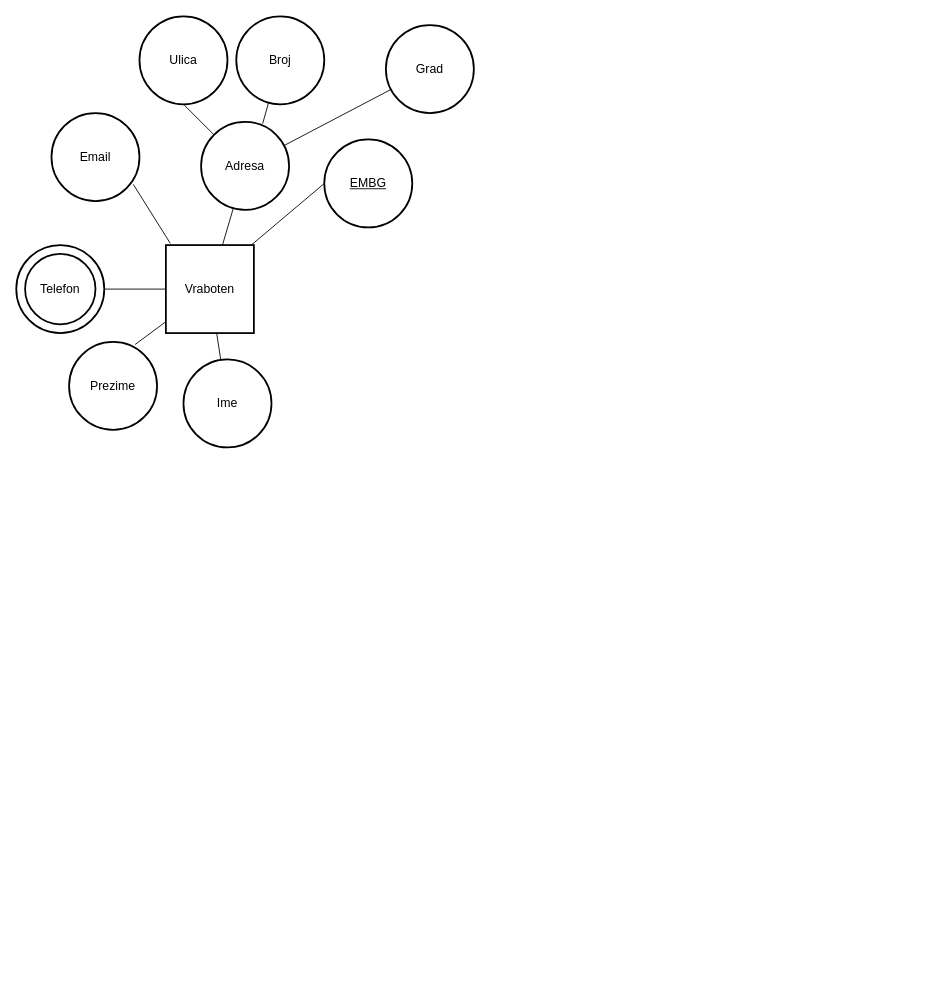
Before: LAB1.drawio in Crypter/Chernobyl, a draw.io diagram. Source tidied: cells renumbered, new cells numbered last; positions are measured from the earlier drawing's top-left corner, leaving out a move shared by most shapes. Both pictures are drawn from the tidied source at 88%, with x=0, y=0 at pixel (16, 16).
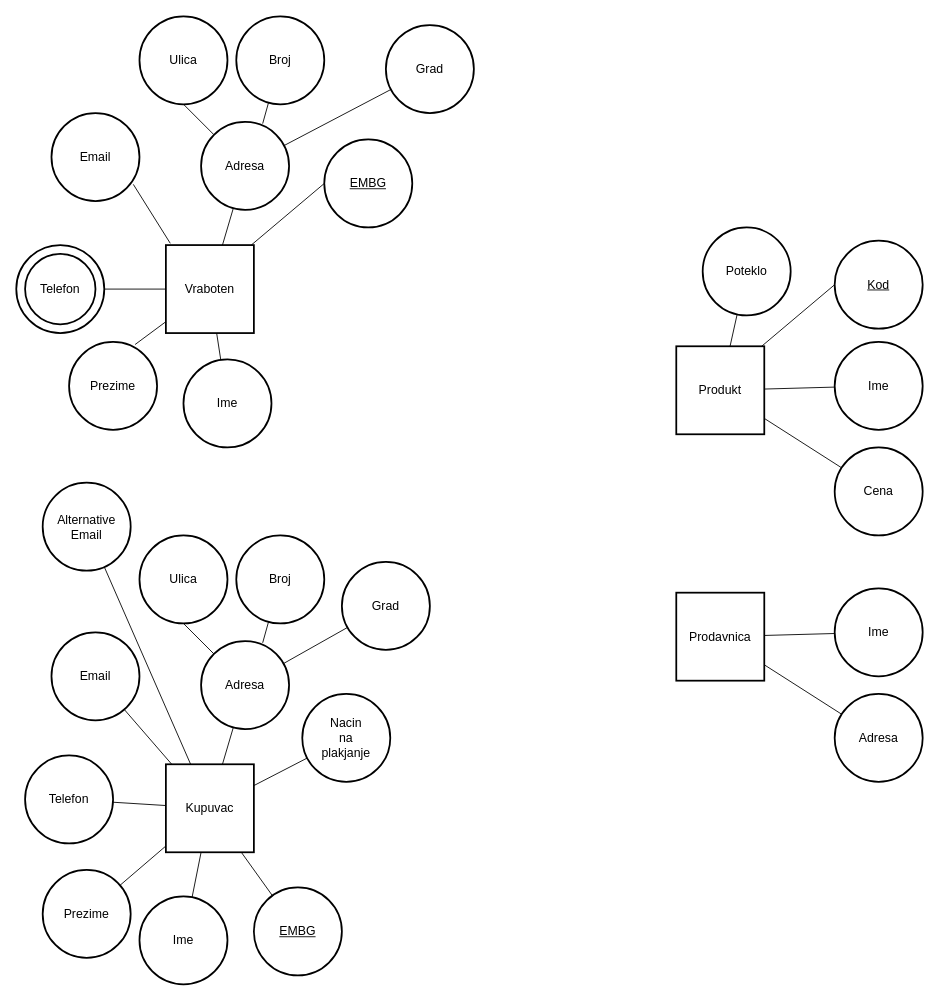
The same page after the edit.

What changed in the source:
```diff
@@
+    <mxCell id="21" value="&lt;div&gt;Produkt&lt;/div&gt;" style="strokeWidth=2;whiteSpace=wrap;html=1;align=center;fontSize=14;" parent="1" vertex="1">
+      <mxGeometry x="750" y="375" width="100" height="100" as="geometry" />
+    </mxCell>
+    <mxCell id="22" value="&lt;div&gt;Ime&lt;/div&gt;" style="ellipse;shape=ellipse;margin=10;strokeWidth=2;fontSize=14;whiteSpace=wrap;html=1;align=center;gradientColor=#ffffff;" parent="1" vertex="1">
+      <mxGeometry x="930" y="370" width="100" height="100" as="geometry" />
+    </mxCell>
+    <mxCell id="23" value="&lt;div&gt;Cena&lt;/div&gt;" style="ellipse;shape=ellipse;margin=10;strokeWidth=2;fontSize=14;whiteSpace=wrap;html=1;align=center;gradientColor=#ffffff;" parent="1" vertex="1">
+      <mxGeometry x="930" y="490" width="100" height="100" as="geometry" />
+    </mxCell>
+    <mxCell id="24" value="&lt;div&gt;&lt;u&gt;Kod&lt;/u&gt;&lt;/div&gt;" style="ellipse;shape=ellipse;margin=10;strokeWidth=2;fontSize=14;whiteSpace=wrap;html=1;align=center;gradientColor=#ffffff;" parent="1" vertex="1">
+      <mxGeometry x="930" y="255" width="100" height="100" as="geometry" />
+    </mxCell>
+    <mxCell id="25" value="Poteklo" style="ellipse;shape=ellipse;margin=10;strokeWidth=2;fontSize=14;whiteSpace=wrap;html=1;align=center;gradientColor=#ffffff;" parent="1" vertex="1">
+      <mxGeometry x="780" y="240" width="100" height="100" as="geometry" />
+    </mxCell>
+    <mxCell id="26" style="fontSize=12;html=1;endArrow=none;endFill=0;" parent="1" edge="1" source="21" target="25">
+      <mxGeometry relative="1" as="geometry" />
+    </mxCell>
+    <mxCell id="27" style="fontSize=12;html=1;endArrow=none;endFill=0;entryX=0.97;entryY=0;entryDx=0;entryDy=0;exitX=0;exitY=0.5;exitDx=0;exitDy=0;entryPerimeter=0;" parent="1" edge="1" source="24" target="21">
+      <mxGeometry relative="1" as="geometry" />
+    </mxCell>
+    <mxCell id="28" style="fontSize=12;html=1;endArrow=none;endFill=0;" parent="1" edge="1" source="21" target="23">
+      <mxGeometry relative="1" as="geometry" />
+    </mxCell>
+    <mxCell id="29" style="fontSize=12;html=1;endArrow=none;endFill=0;" parent="1" edge="1" source="21" target="22">
+      <mxGeometry relative="1" as="geometry" />
+    </mxCell>
+    <mxCell id="30" value="Prodavnica" style="strokeWidth=2;whiteSpace=wrap;html=1;align=center;fontSize=14;" parent="1" vertex="1">
+      <mxGeometry x="750" y="655" width="100" height="100" as="geometry" />
+    </mxCell>
+    <mxCell id="31" value="&lt;div&gt;Ime&lt;/div&gt;" style="ellipse;shape=ellipse;margin=10;strokeWidth=2;fontSize=14;whiteSpace=wrap;html=1;align=center;gradientColor=#ffffff;" parent="1" vertex="1">
+      <mxGeometry x="930" y="650" width="100" height="100" as="geometry" />
+    </mxCell>
+    <mxCell id="32" value="Adresa" style="ellipse;shape=ellipse;margin=10;strokeWidth=2;fontSize=14;whiteSpace=wrap;html=1;align=center;gradientColor=#ffffff;" parent="1" vertex="1">
+      <mxGeometry x="930" y="770" width="100" height="100" as="geometry" />
+    </mxCell>
+    <mxCell id="33" style="fontSize=12;html=1;endArrow=none;endFill=0;" parent="1" edge="1" source="30" target="32">
+      <mxGeometry relative="1" as="geometry" />
+    </mxCell>
+    <mxCell id="34" style="fontSize=12;html=1;endArrow=none;endFill=0;" parent="1" edge="1" source="30" target="31">
+      <mxGeometry relative="1" as="geometry" />
+    </mxCell>
+    <mxCell id="35" value="Kupuvac" style="strokeWidth=2;whiteSpace=wrap;html=1;align=center;fontSize=14;" parent="1" vertex="1">
+      <mxGeometry x="170" y="850" width="100" height="100" as="geometry" />
+    </mxCell>
+    <mxCell id="36" value="&lt;div&gt;Ime&lt;/div&gt;" style="ellipse;shape=ellipse;margin=10;strokeWidth=2;fontSize=14;whiteSpace=wrap;html=1;align=center;gradientColor=#ffffff;" parent="1" vertex="1">
+      <mxGeometry x="140" y="1000" width="100" height="100" as="geometry" />
+    </mxCell>
+    <mxCell id="37" value="&lt;div&gt;Prezime&lt;/div&gt;" style="ellipse;shape=ellipse;margin=10;strokeWidth=2;fontSize=14;whiteSpace=wrap;html=1;align=center;gradientColor=#ffffff;" parent="1" vertex="1">
+      <mxGeometry x="30" y="970" width="100" height="100" as="geometry" />
+    </mxCell>
+    <mxCell id="38" value="&lt;div&gt;&lt;u&gt;EMBG&lt;/u&gt;&lt;/div&gt;" style="ellipse;shape=ellipse;margin=10;strokeWidth=2;fontSize=14;whiteSpace=wrap;html=1;align=center;gradientColor=#ffffff;" parent="1" vertex="1">
+      <mxGeometry x="270" y="990" width="100" height="100" as="geometry" />
+    </mxCell>
+    <mxCell id="39" value="&lt;div&gt;Adresa&lt;/div&gt;" style="ellipse;shape=ellipse;margin=10;strokeWidth=2;fontSize=14;whiteSpace=wrap;html=1;align=center;gradientColor=#ffffff;" parent="1" vertex="1">
+      <mxGeometry x="210" y="710" width="100" height="100" as="geometry" />
+    </mxCell>
+    <mxCell id="40" value="&lt;div&gt;Ulica&lt;/div&gt;" style="ellipse;shape=ellipse;margin=10;strokeWidth=2;fontSize=14;whiteSpace=wrap;html=1;align=center;gradientColor=#ffffff;" parent="1" vertex="1">
+      <mxGeometry x="140" y="590" width="100" height="100" as="geometry" />
+    </mxCell>
+    <mxCell id="41" value="&lt;div&gt;Broj&lt;/div&gt;" style="ellipse;shape=ellipse;margin=10;strokeWidth=2;fontSize=14;whiteSpace=wrap;html=1;align=center;gradientColor=#ffffff;" parent="1" vertex="1">
+      <mxGeometry x="250" y="590" width="100" height="100" as="geometry" />
+    </mxCell>
+    <mxCell id="42" value="&lt;div&gt;Grad&lt;/div&gt;" style="ellipse;shape=ellipse;margin=10;strokeWidth=2;fontSize=14;whiteSpace=wrap;html=1;align=center;gradientColor=#ffffff;" parent="1" vertex="1">
+      <mxGeometry x="370" y="620" width="100" height="100" as="geometry" />
+    </mxCell>
+    <mxCell id="43" value="&lt;div&gt;Email&lt;/div&gt;" style="ellipse;shape=ellipse;margin=10;strokeWidth=2;fontSize=14;whiteSpace=wrap;html=1;align=center;gradientColor=#ffffff;" parent="1" vertex="1">
+      <mxGeometry x="40" y="700" width="100" height="100" as="geometry" />
+    </mxCell>
+    <mxCell id="44" style="fontSize=12;html=1;endArrow=none;endFill=0;" parent="1" edge="1" source="39" target="42">
+      <mxGeometry relative="1" as="geometry" />
+    </mxCell>
+    <mxCell id="45" style="fontSize=12;html=1;endArrow=none;endFill=0;exitX=0.7;exitY=0.02;exitDx=0;exitDy=0;exitPerimeter=0;" parent="1" edge="1" source="39" target="41">
+      <mxGeometry relative="1" as="geometry" />
+    </mxCell>
+    <mxCell id="46" style="fontSize=12;html=1;endArrow=none;endFill=0;entryX=0.5;entryY=1;entryDx=0;entryDy=0;" parent="1" edge="1" source="39" target="40">
+      <mxGeometry relative="1" as="geometry" />
+    </mxCell>
+    <mxCell id="47" style="fontSize=12;html=1;endArrow=none;endFill=0;" parent="1" edge="1" source="35" target="43">
+      <mxGeometry relative="1" as="geometry" />
+    </mxCell>
+    <mxCell id="48" style="fontSize=12;html=1;endArrow=none;endFill=0;" parent="1" edge="1" source="39" target="35">
+      <mxGeometry relative="1" as="geometry" />
+    </mxCell>
+    <mxCell id="49" style="fontSize=12;html=1;endArrow=none;endFill=0;" parent="1" edge="1" source="38" target="35">
+      <mxGeometry relative="1" as="geometry" />
+    </mxCell>
+    <mxCell id="50" style="fontSize=12;html=1;endArrow=none;endFill=0;" parent="1" edge="1" source="35" target="37">
+      <mxGeometry relative="1" as="geometry" />
+    </mxCell>
+    <mxCell id="51" style="fontSize=12;html=1;endArrow=none;endFill=0;" parent="1" edge="1" source="35" target="53">
+      <mxGeometry relative="1" as="geometry" />
+    </mxCell>
+    <mxCell id="52" style="fontSize=12;html=1;endArrow=none;endFill=0;" parent="1" edge="1" source="35" target="36">
+      <mxGeometry relative="1" as="geometry" />
+    </mxCell>
+    <mxCell id="53" value="&lt;div&gt;Telefon&lt;/div&gt;" style="ellipse;shape=ellipse;margin=10;strokeWidth=2;fontSize=14;whiteSpace=wrap;html=1;align=center;gradientColor=#ffffff;" parent="1" vertex="1">
+      <mxGeometry x="10" y="840" width="100" height="100" as="geometry" />
+    </mxCell>
+    <mxCell id="54" value="&lt;div&gt;Nacin&lt;/div&gt;&lt;div&gt;na&lt;/div&gt;&lt;div&gt;plakjanje&lt;br&gt;&lt;/div&gt;" style="ellipse;shape=ellipse;margin=10;strokeWidth=2;fontSize=14;whiteSpace=wrap;html=1;align=center;gradientColor=#ffffff;" parent="1" vertex="1">
+      <mxGeometry x="325" y="770" width="100" height="100" as="geometry" />
+    </mxCell>
+    <mxCell id="55" style="fontSize=12;html=1;endArrow=none;endFill=0;" parent="1" edge="1" source="35" target="54">
+      <mxGeometry relative="1" as="geometry" />
+    </mxCell>
+    <mxCell id="56" value="&lt;div&gt;Alternative&lt;/div&gt;&lt;div&gt;Email&lt;/div&gt;" style="ellipse;shape=ellipse;margin=10;strokeWidth=2;fontSize=14;whiteSpace=wrap;html=1;align=center;gradientColor=#ffffff;" parent="1" vertex="1">
+      <mxGeometry x="30" y="530" width="100" height="100" as="geometry" />
+    </mxCell>
+    <mxCell id="57" style="fontSize=12;html=1;endArrow=none;endFill=0;" parent="1" edge="1" source="35" target="56">
+      <mxGeometry relative="1" as="geometry" />
+    </mxCell>
```
